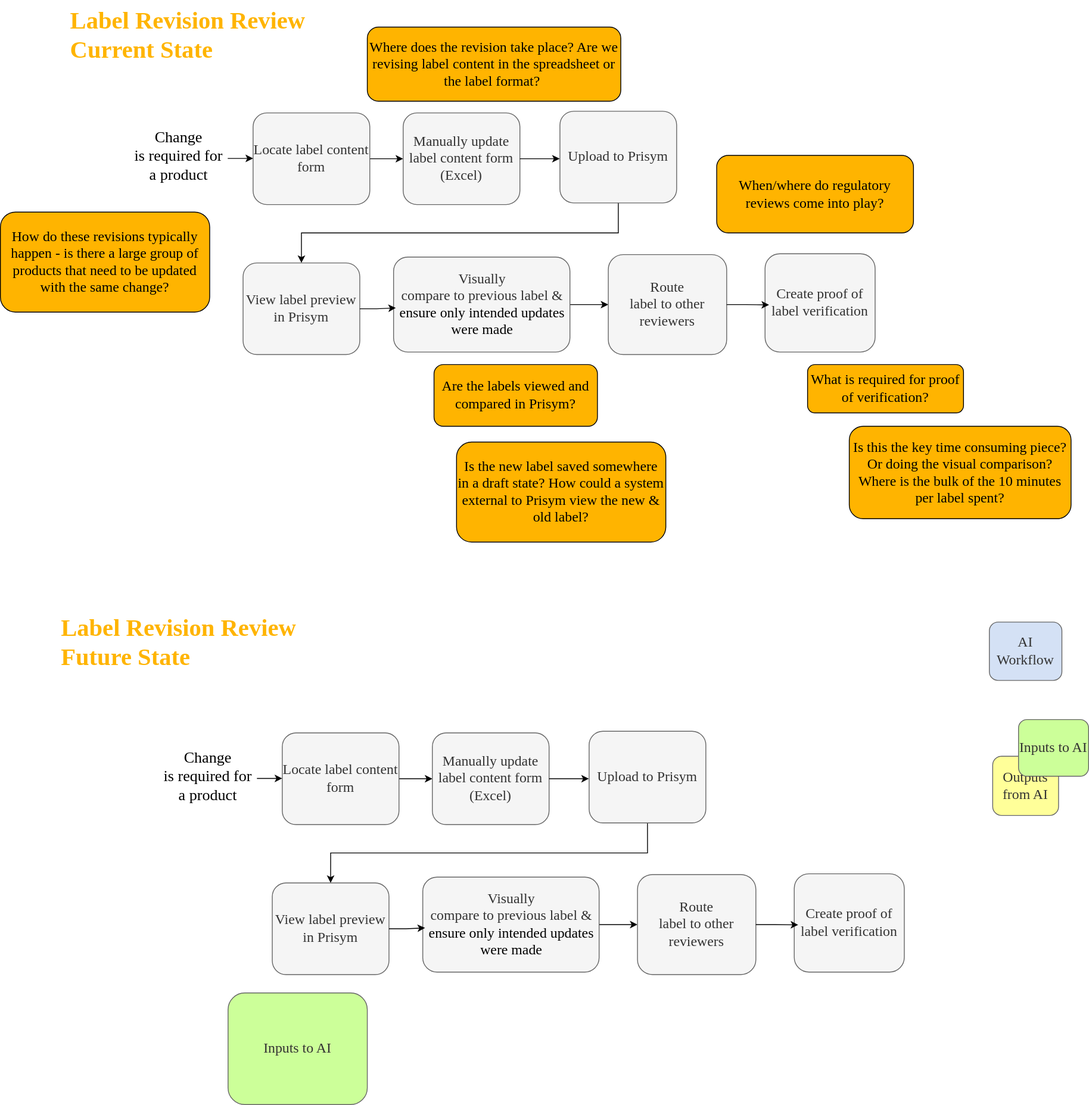
Before: raw/Ortho Labeling Workflows.drawio.svg, a diagram exported from draw.io (keewonhong-slalom/StrykerFDE-Ortho). Source tidied: cells renumbered, new cells last; positions are measured from the earlier drawing's top-left corner, leaving out a move shared by most shapes.
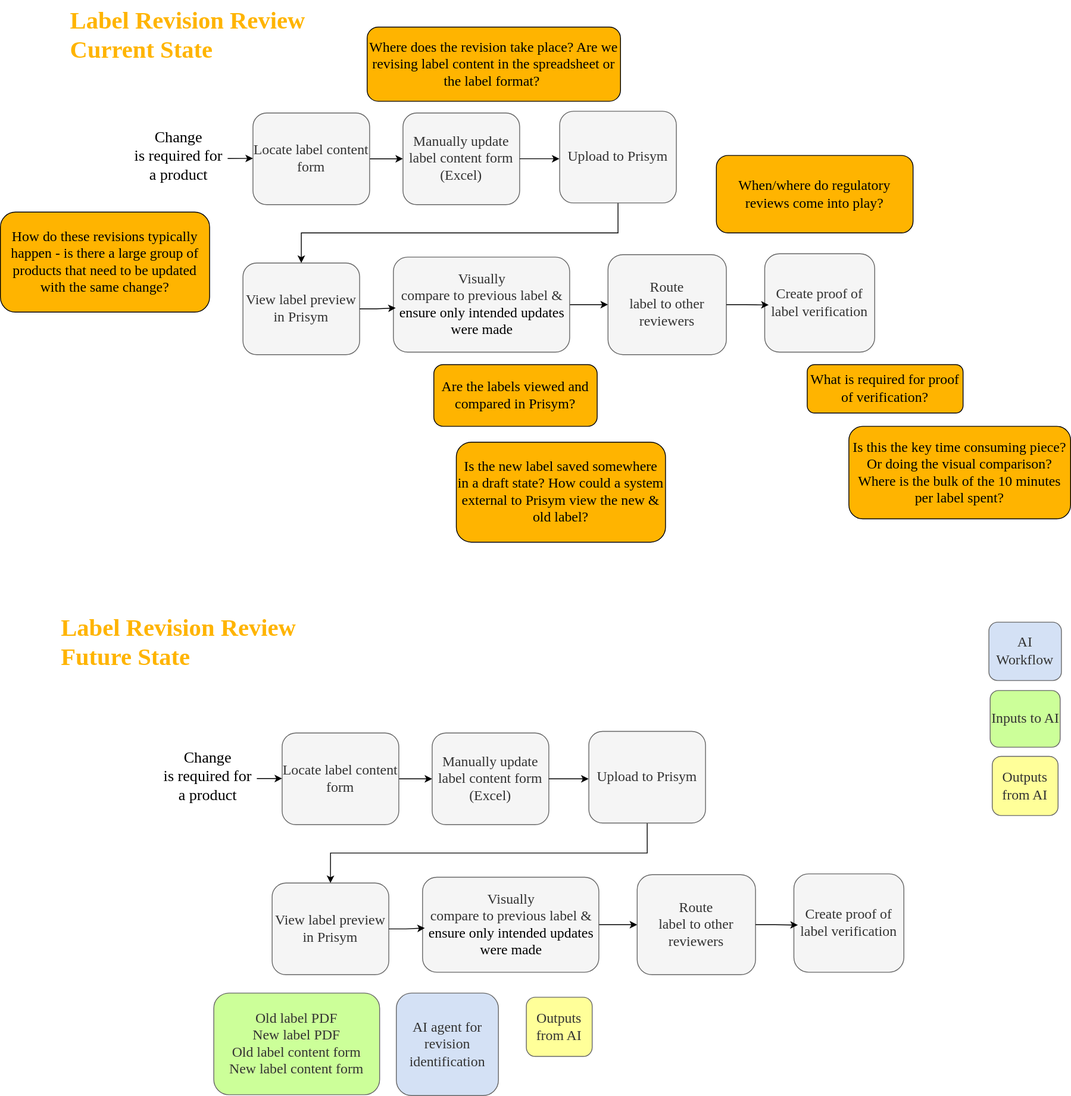
After the commit.

Commit message:
vault backup: 2026-04-28 15:47:12

Affected files:
.obsidian/workspace.json
raw/Ortho Labeling Workflows.drawio.svg

The edit, as a diff of the source:
```diff
@@ -122,14 +122,20 @@
     <mxCell id="41" value="AI Workflow" style="rounded=1;whiteSpace=wrap;html=1;fillColor=#D4E1F5;fontColor=#333333;strokeColor=#666666;fontFamily=cambria;fontSize=17;" parent="1" vertex="1">
       <mxGeometry x="1186" y="746" width="87" height="70" as="geometry" />
     </mxCell>
-    <mxCell id="42" value="Inputs to AI" style="rounded=1;whiteSpace=wrap;html=1;fillColor=#CCFF99;fontColor=#333333;strokeColor=#666666;fontFamily=cambria;fontSize=17;" parent="1" vertex="1">
-      <mxGeometry x="273" y="1191" width="167" height="134" as="geometry" />
+    <mxCell id="42" value="Old label PDF&lt;br&gt;New label PDF&lt;div&gt;Old label content form&lt;/div&gt;&lt;div&gt;New label content form&lt;/div&gt;" style="rounded=1;whiteSpace=wrap;html=1;fillColor=#CCFF99;fontColor=#333333;strokeColor=#666666;fontFamily=cambria;fontSize=17;align=center;" parent="1" vertex="1">
+      <mxGeometry x="256" y="1191" width="199" height="122" as="geometry" />
     </mxCell>
     <mxCell id="43" value="Outputs from AI" style="rounded=1;whiteSpace=wrap;html=1;fillColor=#FFFF99;fontColor=#333333;strokeColor=#666666;fontFamily=cambria;fontSize=17;" parent="1" vertex="1">
       <mxGeometry x="1190" y="907" width="79" height="71" as="geometry" />
     </mxCell>
     <mxCell id="44" value="Inputs to AI" style="rounded=1;whiteSpace=wrap;html=1;fillColor=#CCFF99;fontColor=#333333;strokeColor=#666666;fontFamily=cambria;fontSize=17;" parent="1" vertex="1">
-      <mxGeometry x="1221" y="863" width="84" height="68" as="geometry" />
+      <mxGeometry x="1187.5" y="828" width="84" height="68" as="geometry" />
     </mxCell>
+    <mxCell id="45" value="AI agent for revision identification" style="rounded=1;whiteSpace=wrap;html=1;fillColor=#D4E1F5;fontColor=#333333;strokeColor=#666666;fontFamily=cambria;fontSize=17;" parent="1" vertex="1">
+      <mxGeometry x="475" y="1191" width="122.5" height="123" as="geometry" />
+    </mxCell>
+    <mxCell id="46" value="Outputs from AI" style="rounded=1;whiteSpace=wrap;html=1;fillColor=#FFFF99;fontColor=#333333;strokeColor=#666666;fontFamily=cambria;fontSize=17;" parent="1" vertex="1">
+      <mxGeometry x="631" y="1196" width="79" height="71" as="geometry" />
+    </mxCell>
   </root>
 </mxGraphModel>
```
